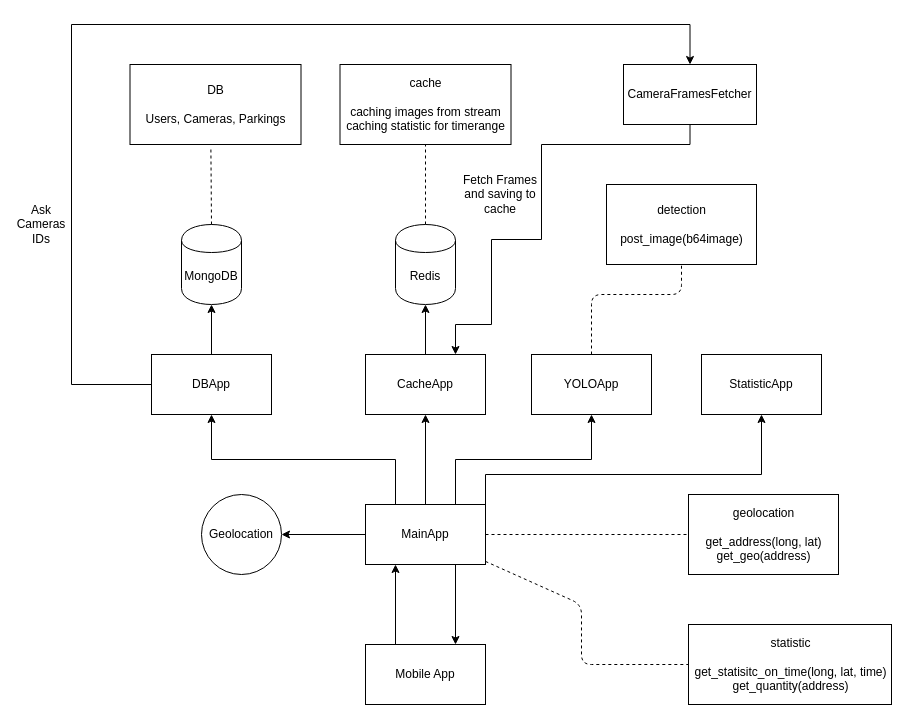
The draw.io diagram images/RostelecomBackend.drawio in MaximDmitrievich/RostelekomAutoBackend, before the edit. Source tidied: cells renumbered, new cells numbered last; positions are measured from the earlier drawing's top-left corner, leaving out a move shared by most shapes. Both pictures are drawn from the tidied source at 100%, with x=0, y=0 at pixel (21, 24).
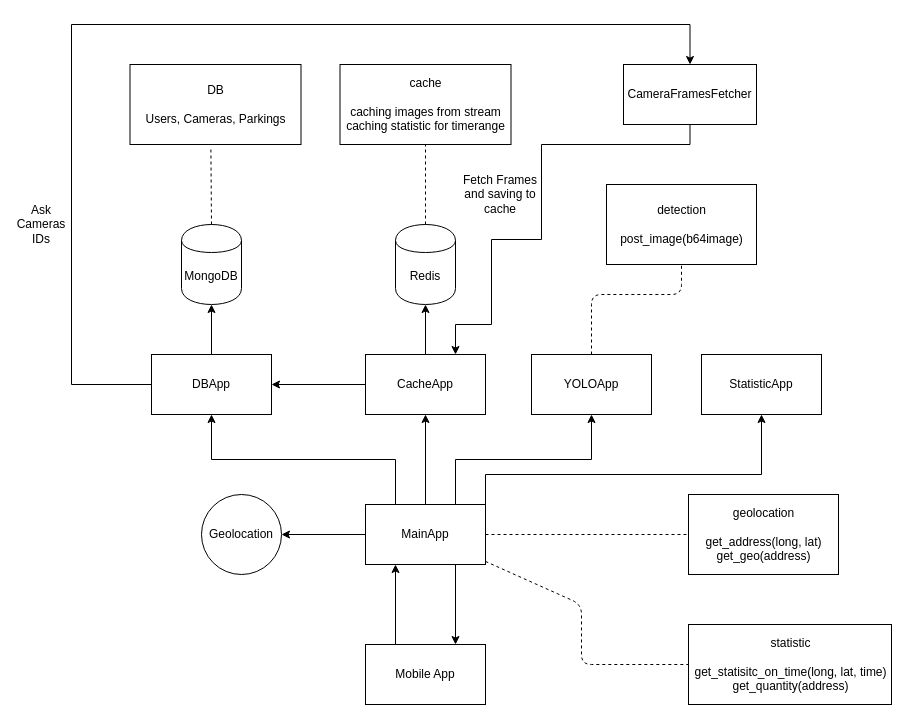
After the change.

The change refers to these unchanged cells:
```xml
<mxCell id="13" value="DBApp" style="rounded=0;whiteSpace=wrap;html=1;" parent="1" vertex="1">
  <mxGeometry x="130" y="330" width="120" height="60" as="geometry" />
</mxCell>
<mxCell id="15" value="CacheApp" style="rounded=0;whiteSpace=wrap;html=1;" parent="1" vertex="1">
  <mxGeometry x="344" y="330" width="120" height="60" as="geometry" />
</mxCell>
```

What changed in the source:
```diff
@@
+    <mxCell id="35" style="edgeStyle=orthogonalEdgeStyle;rounded=0;jettySize=auto;html=1;exitX=0;exitY=0.5;exitDx=0;exitDy=0;" parent="1" edge="1" source="15" target="13">
+      <mxGeometry relative="1" as="geometry" />
+    </mxCell>
```
